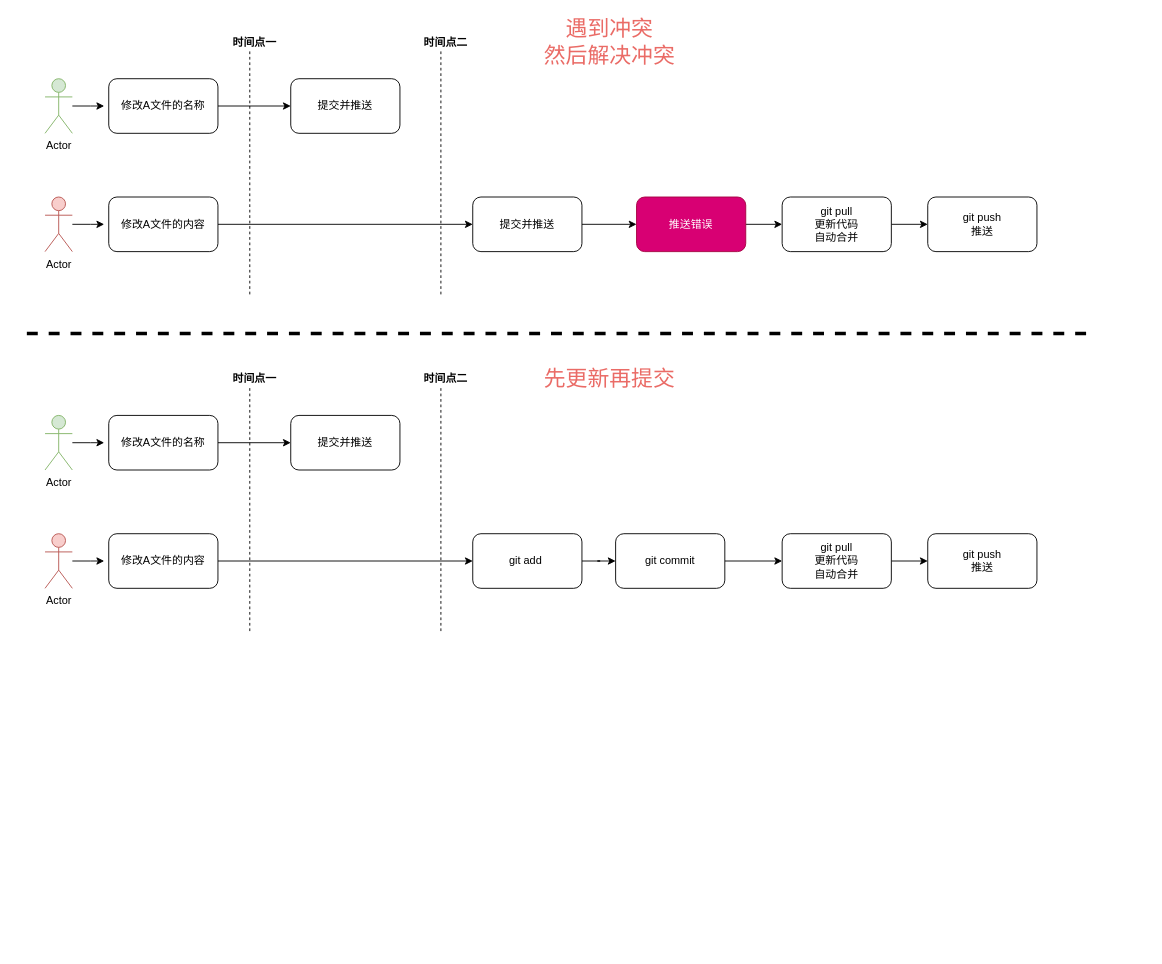
Above: page "修改文件名和文件内容给你" (2 of 3) of git提交文件.drawio in fxiaoyu97/Algorithm-Utils (draw.io), before the change. Source tidied: cells renumbered, new cells numbered last; positions are measured from the earlier drawing's top-left corner, leaving out a move shared by most shapes. Both pictures are drawn from the tidied source at 91%, with x=0, y=0 at pixel (26, 24).
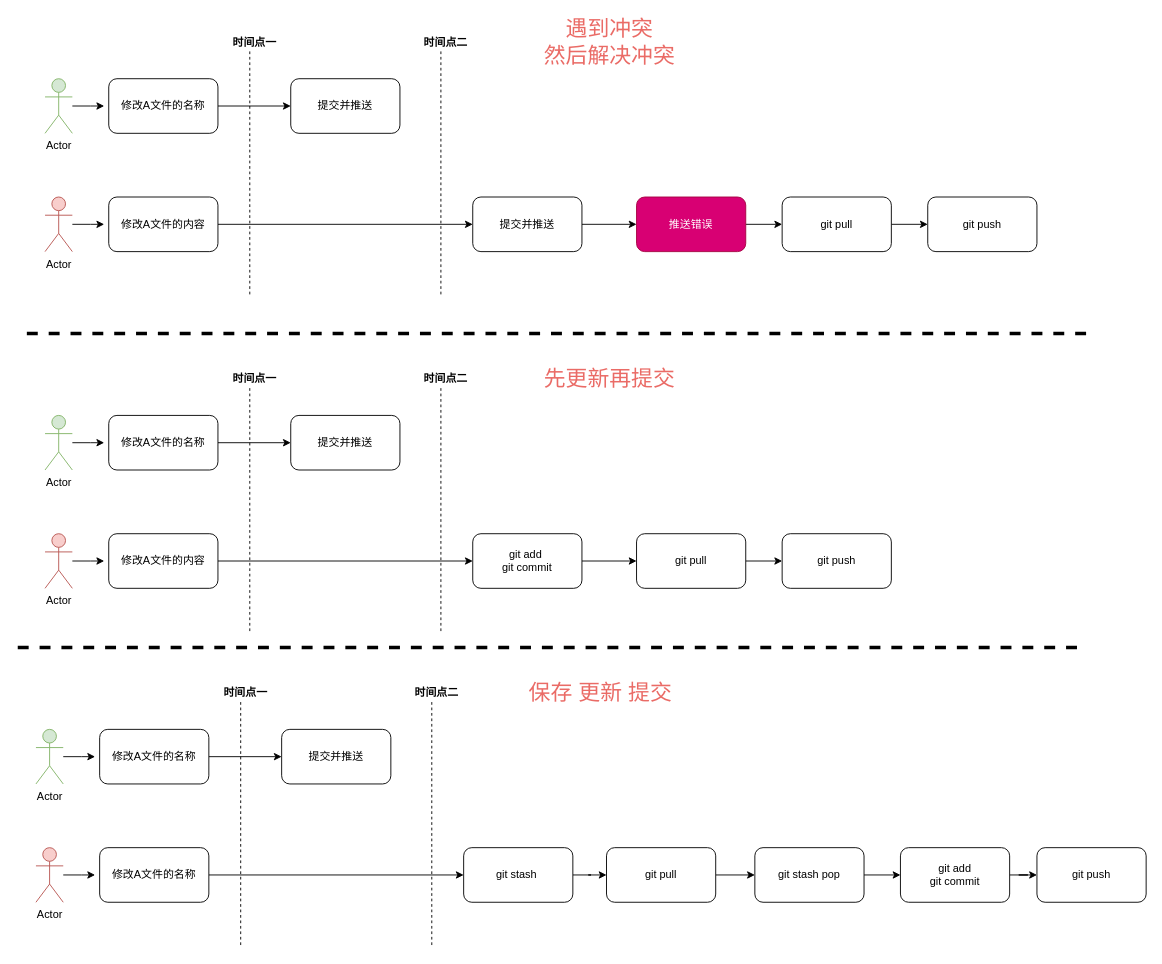
The same page after the edit.

Commit message:
更新git提交文件.drawio

Change to the diagram source:
```diff
@@
-    <mxCell id="16" value="git pull&lt;br&gt;更新代码&lt;br&gt;自动合并" style="whiteSpace=wrap;html=1;rounded=1;" parent="1" vertex="1">
+    <mxCell id="16" value="git pull" style="whiteSpace=wrap;html=1;rounded=1;" parent="1" vertex="1">
       <mxGeometry x="830" y="190" width="120" height="60" as="geometry" />
     </mxCell>
-    <mxCell id="17" value="git push&lt;br&gt;推送" style="whiteSpace=wrap;html=1;rounded=1;" parent="1" vertex="1">
+    <mxCell id="17" value="git push" style="whiteSpace=wrap;html=1;rounded=1;" parent="1" vertex="1">
       <mxGeometry x="990" y="190" width="120" height="60" as="geometry" />
     </mxCell>
@@
-    <mxCell id="35" style="edgeStyle=orthogonalEdgeStyle;rounded=0;jettySize=auto;html=1;fontSize=24;fontColor=#EA6B66;" parent="1" edge="1" source="36" target="48">
-      <mxGeometry relative="1" as="geometry" />
-    </mxCell>
+    <mxCell id="49" style="edgeStyle=orthogonalEdgeStyle;rounded=0;jettySize=auto;html=1;fontSize=24;fontColor=#EA6B66;" parent="1" edge="1" source="36" target="38">
+      <mxGeometry relative="1" as="geometry" />
+    </mxCell>
-    <mxCell id="36" value="git add&amp;nbsp;" style="whiteSpace=wrap;html=1;rounded=1;" parent="1" vertex="1">
+    <mxCell id="36" value="git add&amp;nbsp;&lt;br&gt;git commit" style="whiteSpace=wrap;html=1;rounded=1;" parent="1" vertex="1">
       <mxGeometry x="490" y="560" width="120" height="60" as="geometry" />
     </mxCell>
@@
-    <mxCell id="38" value="git pull&lt;br&gt;更新代码&lt;br&gt;自动合并" style="whiteSpace=wrap;html=1;rounded=1;" parent="1" vertex="1">
-      <mxGeometry x="830" y="560" width="120" height="60" as="geometry" />
+    <mxCell id="38" value="git pull" style="whiteSpace=wrap;html=1;rounded=1;" parent="1" vertex="1">
+      <mxGeometry x="670" y="560" width="120" height="60" as="geometry" />
     </mxCell>
-    <mxCell id="39" value="git push&lt;br&gt;推送" style="whiteSpace=wrap;html=1;rounded=1;" parent="1" vertex="1">
-      <mxGeometry x="990" y="560" width="120" height="60" as="geometry" />
+    <mxCell id="39" value="git push" style="whiteSpace=wrap;html=1;rounded=1;" parent="1" vertex="1">
+      <mxGeometry x="830" y="560" width="120" height="60" as="geometry" />
     </mxCell>
@@
-    <mxCell id="47" style="edgeStyle=orthogonalEdgeStyle;rounded=0;jettySize=auto;html=1;fontSize=24;fontColor=#EA6B66;" parent="1" edge="1" source="48" target="38">
-      <mxGeometry relative="1" as="geometry" />
-    </mxCell>
-    <mxCell id="48" value="git commit" style="whiteSpace=wrap;html=1;rounded=1;" parent="1" vertex="1">
-      <mxGeometry x="647" y="560" width="120" height="60" as="geometry" />
-    </mxCell>
+    <mxCell id="50" style="line;strokeWidth=4;html=1;perimeter=backbonePerimeter;dashed=1;fontSize=24;fontColor=#EA6B66;" parent="1" vertex="1">
+      <mxGeometry x="-10" y="680" width="1170" height="10" as="geometry" />
+    </mxCell>
+    <mxCell id="51" style="edgeStyle=orthogonalEdgeStyle;rounded=0;jettySize=auto;html=1;" parent="1" edge="1" source="52">
+      <mxGeometry relative="1" as="geometry">
+        <mxPoint x="75" y="805" as="targetPoint" />
+      </mxGeometry>
+    </mxCell>
+    <mxCell id="52" value="Actor" style="shape=umlActor;verticalLabelPosition=bottom;verticalAlign=top;html=1;outlineConnect=0;fillColor=#d5e8d4;strokeColor=#82b366;" parent="1" vertex="1">
+      <mxGeometry x="10" y="775" width="30" height="60" as="geometry" />
+    </mxCell>
+    <mxCell id="53" style="edgeStyle=orthogonalEdgeStyle;rounded=0;jettySize=auto;html=1;" parent="1" edge="1" source="54" target="55">
+      <mxGeometry relative="1" as="geometry" />
+    </mxCell>
+    <mxCell id="54" value="修改A文件的名称" style="rounded=1;whiteSpace=wrap;html=1;" parent="1" vertex="1">
+      <mxGeometry x="80" y="775" width="120" height="60" as="geometry" />
+    </mxCell>
+    <mxCell id="55" value="提交并推送" style="whiteSpace=wrap;html=1;rounded=1;" parent="1" vertex="1">
+      <mxGeometry x="280" y="775" width="120" height="60" as="geometry" />
+    </mxCell>
+    <mxCell id="56" style="edgeStyle=orthogonalEdgeStyle;rounded=0;jettySize=auto;html=1;" parent="1" edge="1" source="57">
+      <mxGeometry relative="1" as="geometry">
+        <mxPoint x="75" y="935" as="targetPoint" />
+      </mxGeometry>
+    </mxCell>
+    <mxCell id="57" value="Actor" style="shape=umlActor;verticalLabelPosition=bottom;verticalAlign=top;html=1;outlineConnect=0;fillColor=#f8cecc;strokeColor=#b85450;" parent="1" vertex="1">
+      <mxGeometry x="10" y="905" width="30" height="60" as="geometry" />
+    </mxCell>
+    <mxCell id="58" style="edgeStyle=orthogonalEdgeStyle;rounded=0;jettySize=auto;html=1;" parent="1" edge="1" source="59" target="61">
+      <mxGeometry relative="1" as="geometry" />
+    </mxCell>
+    <mxCell id="59" value="修改A文件的名称" style="rounded=1;whiteSpace=wrap;html=1;" parent="1" vertex="1">
+      <mxGeometry x="80" y="905" width="120" height="60" as="geometry" />
+    </mxCell>
+    <mxCell id="60" style="edgeStyle=orthogonalEdgeStyle;rounded=0;jettySize=auto;html=1;fontSize=24;fontColor=#EA6B66;" parent="1" edge="1" source="61" target="74">
+      <mxGeometry relative="1" as="geometry" />
+    </mxCell>
+    <mxCell id="61" value="git stash&amp;nbsp;" style="whiteSpace=wrap;html=1;rounded=1;" parent="1" vertex="1">
+      <mxGeometry x="480" y="905" width="120" height="60" as="geometry" />
+    </mxCell>
+    <mxCell id="62" style="edgeStyle=orthogonalEdgeStyle;rounded=0;jettySize=auto;html=1;fontSize=24;fontColor=#EA6B66;" parent="1" edge="1" source="63" target="65">
+      <mxGeometry relative="1" as="geometry" />
+    </mxCell>
+    <mxCell id="63" value="git stash pop" style="whiteSpace=wrap;html=1;rounded=1;" parent="1" vertex="1">
+      <mxGeometry x="800" y="905" width="120" height="60" as="geometry" />
+    </mxCell>
+    <mxCell id="64" style="edgeStyle=orthogonalEdgeStyle;rounded=0;jettySize=auto;html=1;fontSize=24;fontColor=#EA6B66;" parent="1" edge="1" source="65" target="75">
+      <mxGeometry relative="1" as="geometry" />
+    </mxCell>
+    <mxCell id="65" value="git add&lt;br&gt;git commit" style="whiteSpace=wrap;html=1;rounded=1;" parent="1" vertex="1">
+      <mxGeometry x="960" y="905" width="120" height="60" as="geometry" />
+    </mxCell>
+    <mxCell id="66" value="&lt;font color=&quot;#ea6b66&quot;&gt;&lt;span style=&quot;font-size: 24px;&quot;&gt;保存 更新 提交&lt;/span&gt;&lt;/font&gt;" style="text;html=1;align=center;verticalAlign=middle;strokeColor=none;fillColor=none;fontColor=#000000;" parent="1" vertex="1">
+      <mxGeometry x="545" y="725" width="170" height="20" as="geometry" />
+    </mxCell>
+    <mxCell id="67" style="group;" parent="1" vertex="1">
+      <mxGeometry x="210" y="725" width="60" height="290" as="geometry" />
+    </mxCell>
+    <mxCell id="68" style="line;strokeWidth=1;direction=south;html=1;dashed=1;" parent="67" vertex="1">
+      <mxGeometry x="20" y="20" width="10" height="270" as="geometry" />
+    </mxCell>
+    <mxCell id="69" value="&lt;b&gt;时间点一&lt;/b&gt;" style="text;html=1;align=center;verticalAlign=middle;strokeColor=none;fillColor=none;" parent="67" vertex="1">
+      <mxGeometry width="60" height="20" as="geometry" />
+    </mxCell>
+    <mxCell id="70" style="group;" parent="1" vertex="1">
+      <mxGeometry x="420" y="725" width="60" height="290" as="geometry" />
+    </mxCell>
+    <mxCell id="71" style="line;strokeWidth=1;direction=south;html=1;dashed=1;" parent="70" vertex="1">
+      <mxGeometry x="20" y="20" width="10" height="270" as="geometry" />
+    </mxCell>
+    <mxCell id="72" value="&lt;b&gt;时间点二&lt;/b&gt;" style="text;html=1;align=center;verticalAlign=middle;strokeColor=none;fillColor=none;" parent="70" vertex="1">
+      <mxGeometry width="60" height="20" as="geometry" />
+    </mxCell>
+    <mxCell id="73" style="edgeStyle=orthogonalEdgeStyle;rounded=0;jettySize=auto;html=1;fontSize=24;fontColor=#EA6B66;" parent="1" edge="1" source="74" target="63">
+      <mxGeometry relative="1" as="geometry" />
+    </mxCell>
+    <mxCell id="74" value="git pull" style="whiteSpace=wrap;html=1;rounded=1;" parent="1" vertex="1">
+      <mxGeometry x="637" y="905" width="120" height="60" as="geometry" />
+    </mxCell>
+    <mxCell id="75" value="git push" style="whiteSpace=wrap;html=1;rounded=1;" parent="1" vertex="1">
+      <mxGeometry x="1110" y="905" width="120" height="60" as="geometry" />
+    </mxCell>
```
